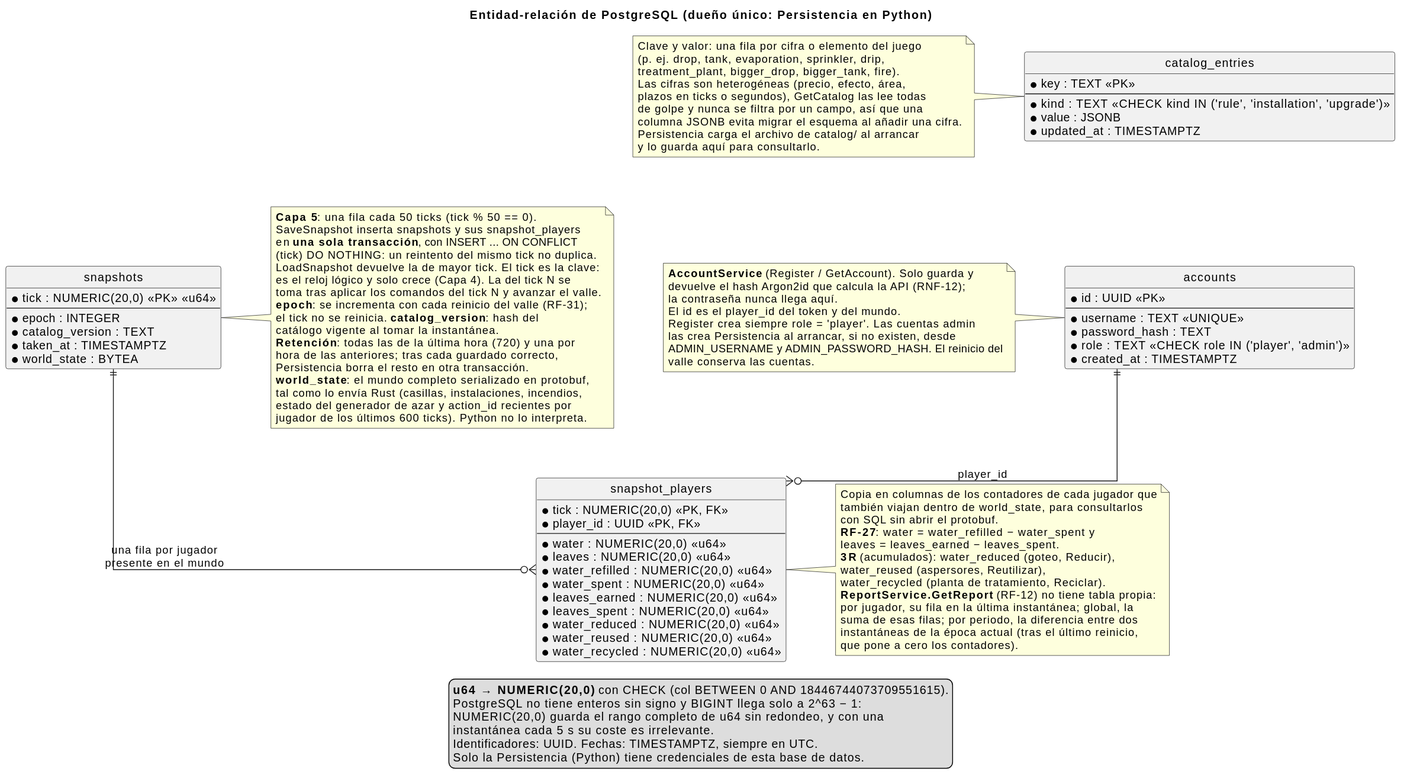
Earlier version of the PlantUML export docs/diagrams/07-entidad-relacion.svg (iadev2005/hydrovalley).
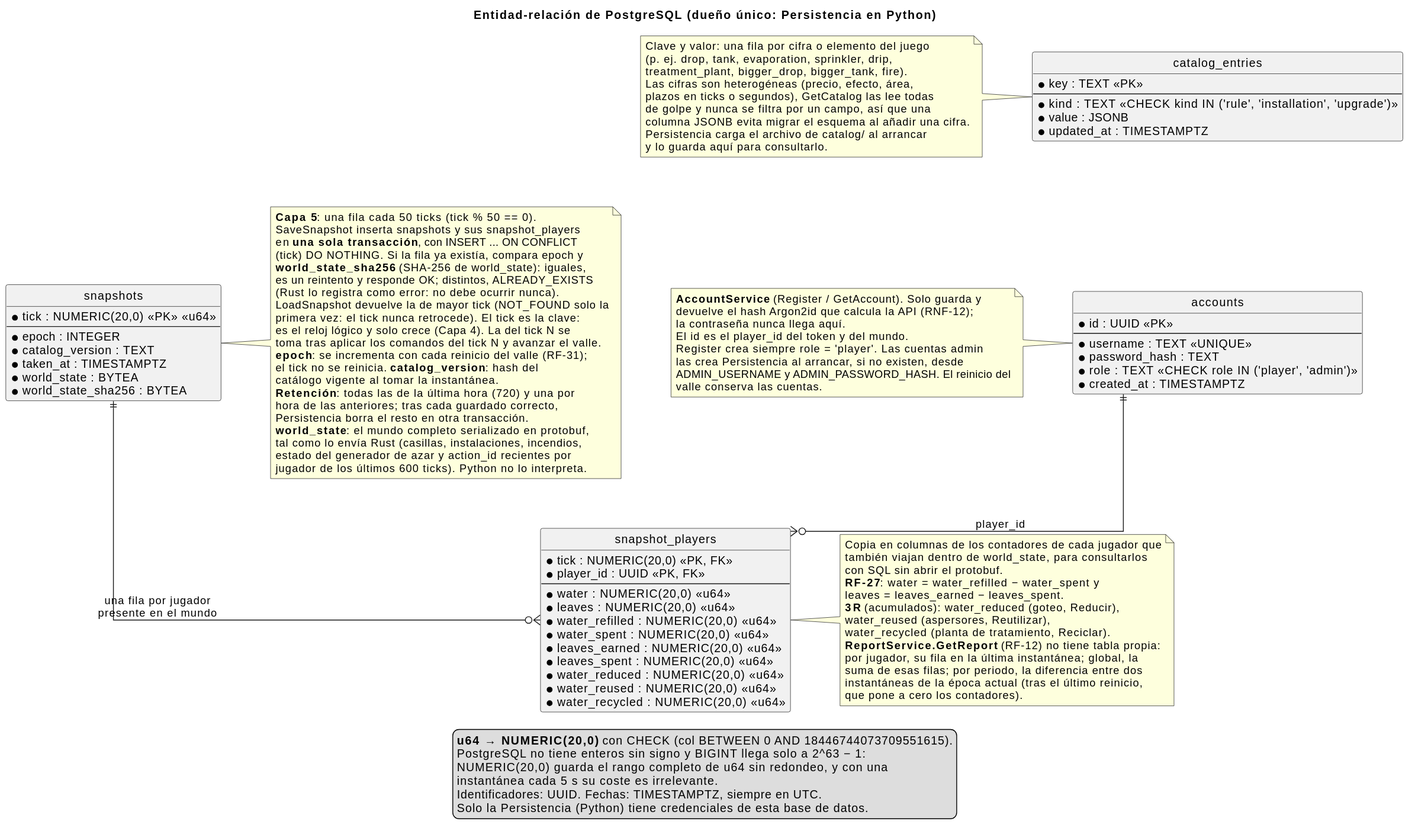
After the commit.

Commit message:
docs: regenerate diagram SVGs

What changed in the source:
```diff
@@ -21,6 +21,7 @@
   * catalog_version : TEXT
   * taken_at : TIMESTAMPTZ
   * world_state : BYTEA
+  * world_state_sha256 : BYTEA
 }
 
 entity "snapshot_players" as snapshot_players {
@@ -55,8 +56,12 @@
   <b>Capa 5</b>: una fila cada 50 ticks (tick % 50 == 0).
   SaveSnapshot inserta snapshots y sus snapshot_players
   en <b>una sola transacción</b>, con INSERT ... ON CONFLICT
-  (tick) DO NOTHING: un reintento del mismo tick no duplica.
-  LoadSnapshot devuelve la de mayor tick. El tick es la clave:
+  (tick) DO NOTHING. Si la fila ya existía, compara epoch y
+  <b>world_state_sha256</b> (SHA-256 de world_state): iguales,
+  es un reintento y responde OK; distintos, ALREADY_EXISTS
+  (Rust lo registra como error: no debe ocurrir nunca).
+  LoadSnapshot devuelve la de mayor tick (NOT_FOUND solo la
+  primera vez: el tick nunca retrocede). El tick es la clave:
   es el reloj lógico y solo crece (Capa 4). La del tick N se
   toma tras aplicar los comandos del tick N y avanzar el valle.
   <b>epoch</b>: se incrementa con cada reinicio del valle (RF-31);
```
